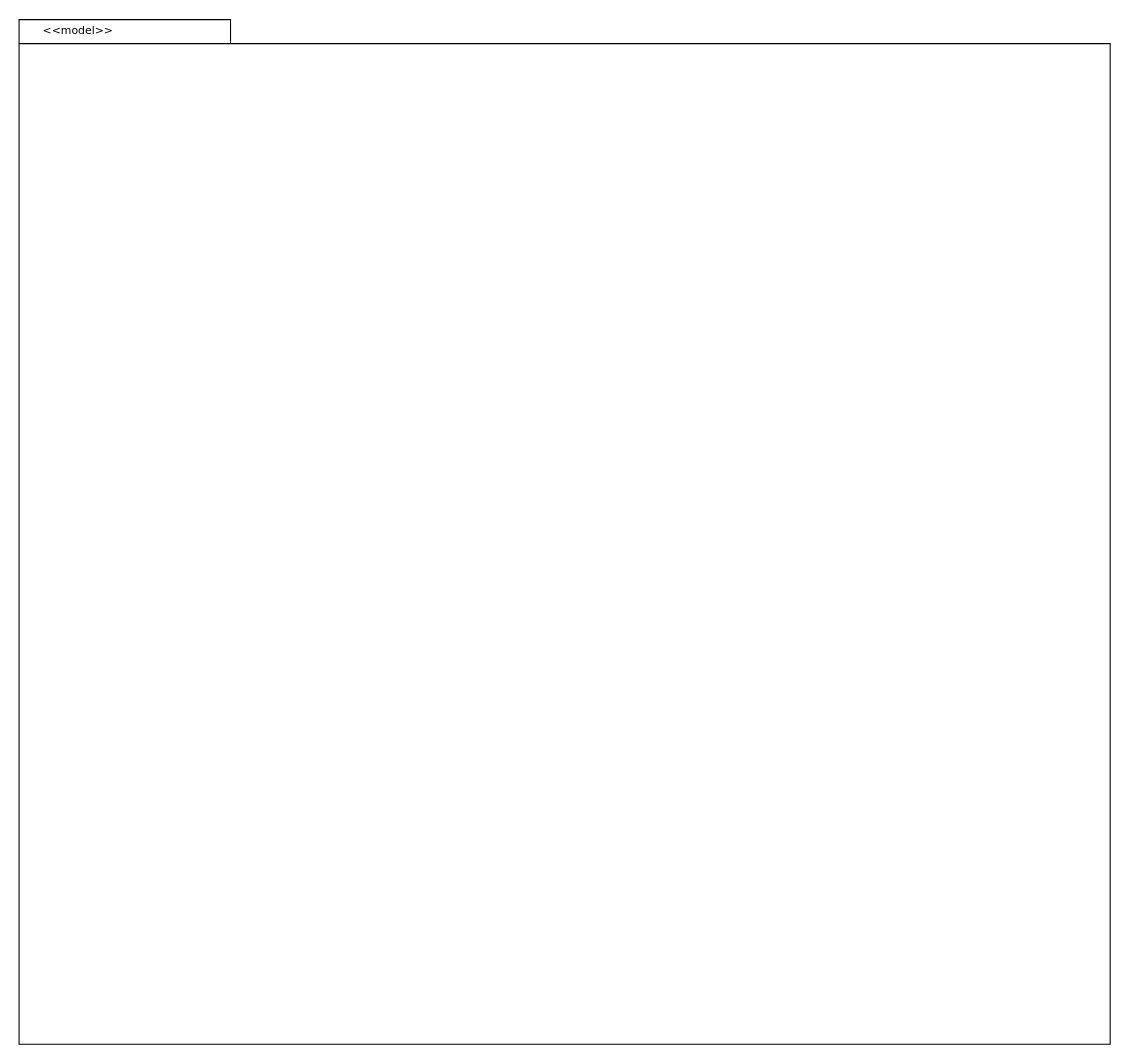
Above: Untitled Diagram.drawio in cookie1599/use-case-diagram-smk (draw.io), before the change. Source tidied: cells renumbered, new cells numbered last; positions are measured from the earlier drawing's top-left corner, leaving out a move shared by most shapes. Both pictures are drawn from the tidied source at 109%, with x=0, y=0 at pixel (19, 20).
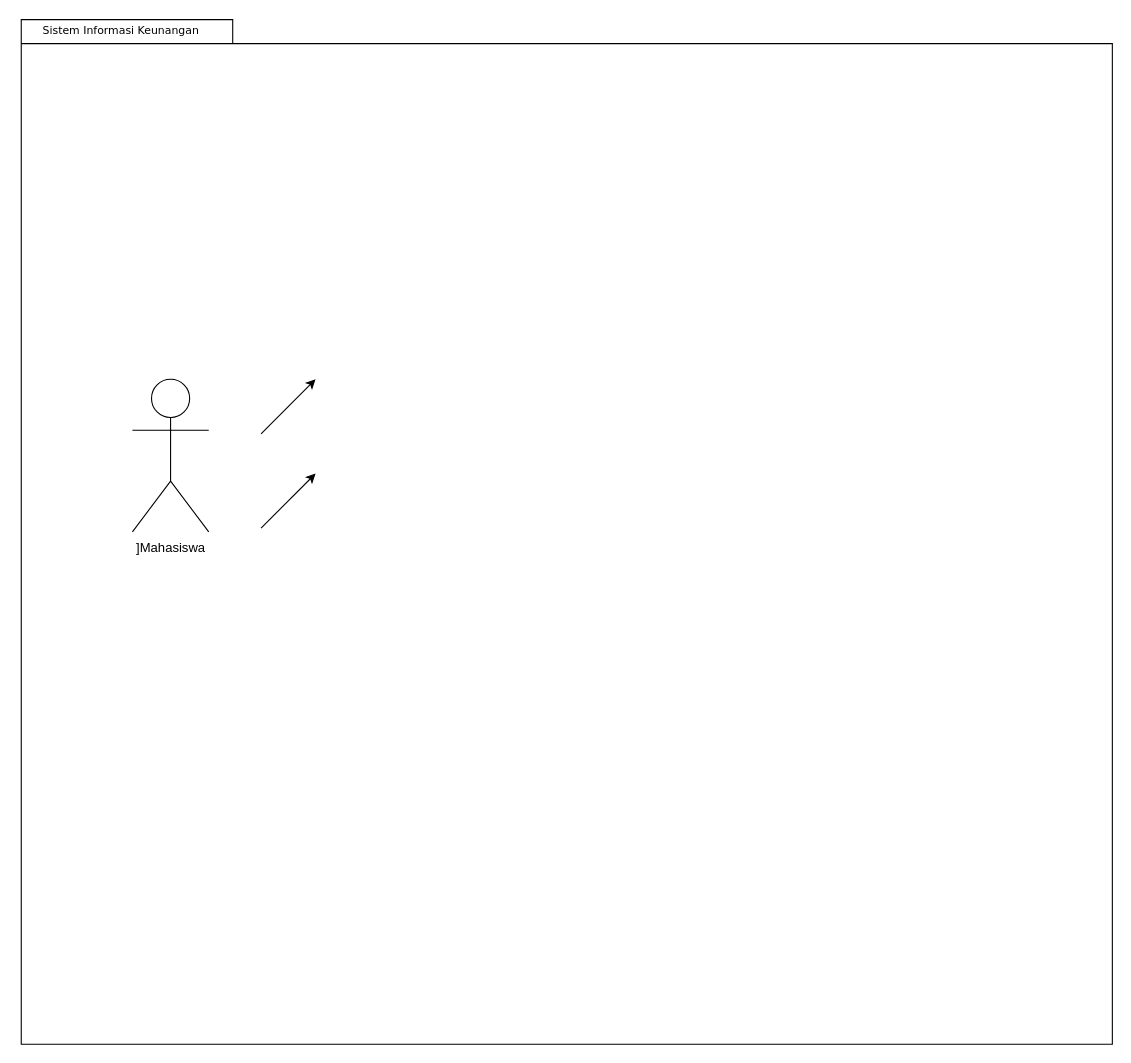
The same diagram, later.

Diff of the diagram source:
```diff
@@
 <mxGraphModel background="#ffffff">
   <root>
     <mxCell id="0" />
     <mxCell id="1" parent="0" />
     <mxCell id="2" style="shape=folder;fontStyle=1;spacingTop=10;tabWidth=194;tabHeight=22;tabPosition=left;html=1;rounded=0;shadow=0;comic=0;labelBackgroundColor=none;strokeWidth=1;fillColor=none;fontFamily=Verdana;fontSize=10;align=center;" parent="1" vertex="1">
-      <mxGeometry y="-0.5" width="1001" height="940" as="geometry" />
+      <mxGeometry x="2" y="-0.5" width="1001" height="940" as="geometry" />
     </mxCell>
-    <mxCell id="3" value="&amp;lt;&amp;lt;model&amp;gt;&amp;gt;" style="text;html=1;align=left;verticalAlign=top;spacingTop=-4;fontSize=10;fontFamily=Verdana;" parent="1" vertex="1">
+    <mxCell id="3" value="Sistem Informasi Keunangan" style="text;html=1;align=left;verticalAlign=top;spacingTop=-4;fontSize=10;fontFamily=Verdana;" parent="1" vertex="1">
       <mxGeometry x="19.5" y="0.5" width="130" height="20" as="geometry" />
     </mxCell>
+    <mxCell id="4" value="]Mahasiswa&lt;br&gt;" style="shape=umlActor;verticalLabelPosition=bottom;labelBackgroundColor=#ffffff;verticalAlign=top;html=1;" parent="1" vertex="1">
+      <mxGeometry x="104" y="329.5" width="70" height="140" as="geometry" />
+    </mxCell>
+    <mxCell id="5" style="endArrow=classic;html=1;" parent="1" edge="1">
+      <mxGeometry relative="1" as="geometry">
+        <mxPoint x="222" y="379.5" as="sourcePoint" />
+        <mxPoint x="272" y="329.5" as="targetPoint" />
+      </mxGeometry>
+    </mxCell>
+    <mxCell id="6" style="endArrow=classic;html=1;" parent="1" edge="1">
+      <mxGeometry relative="1" as="geometry">
+        <mxPoint x="222" y="466" as="sourcePoint" />
+        <mxPoint x="272" y="416" as="targetPoint" />
+      </mxGeometry>
+    </mxCell>
   </root>
 </mxGraphModel>
```
